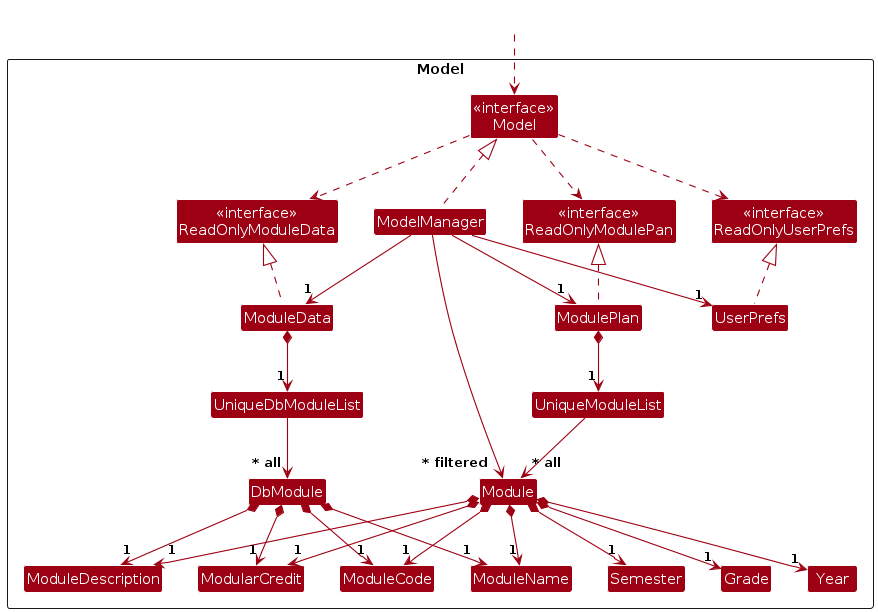
Above: diagrams/ModelClassDiagram.png in AY2324S1-CS2103T-T13-0/tp (PlantUML), before the change. Its source is kept beside it as diagrams/ModelClassDiagram.puml.
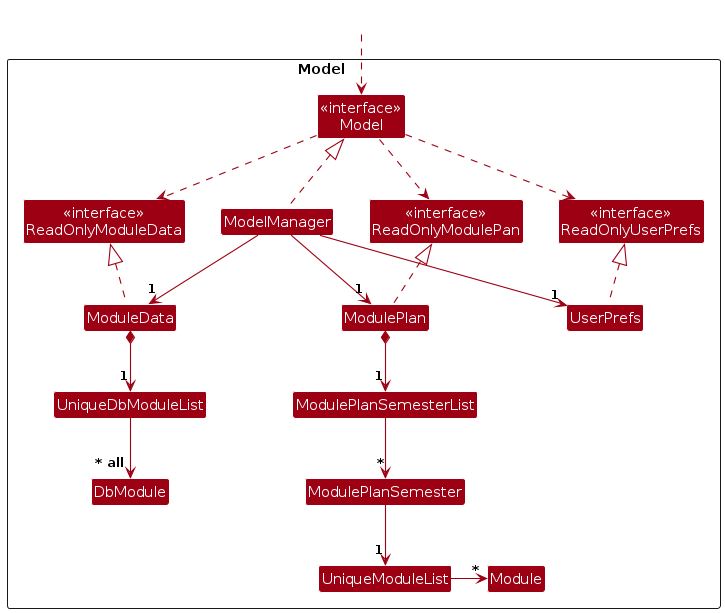
The same file after the commit.

Diff of the diagram source:
```diff
@@ -4,31 +4,26 @@
 skinparam arrowColor MODEL_COLOR
 skinparam classBackgroundColor MODEL_COLOR
 
-Package Model as ModelPackage <<Rectangle>>{
+Package "Model                 " as ModelPackage <<Rectangle>>{
+Class "<<interface>>\nModel" as Model
+Class ModelManager
+
+Class "<<interface>>\nReadOnlyUserPrefs" as ReadOnlyUserPrefs
+Class ReadOnlyUserPrefs
+Class UserPrefs
+
 Class "<<interface>>\nReadOnlyModulePan" as ReadOnlyModulePlan
-Class "<<interface>>\nReadOnlyUserPrefs" as ReadOnlyUserPrefs
+Class ReadOnlyModulePlan
+Class ModulePlan
+Class ModulePlanSemesterList
+Class ModulePlanSemester
+Class UniqueModuleList
+Class Module
+
 Class "<<interface>>\nReadOnlyModuleData" as ReadOnlyModuleData
-Class "<<interface>>\nModel" as Model
-Class ModulePlan
-Class ModelManager
-Class UserPrefs
 Class ModuleData
-Class ReadOnlyModulePlan
-Class ReadOnlyUserPrefs
-
-Class UniqueModuleList
 Class UniqueDbModuleList
-Class Module
 Class DbModule
-Class ModuleDescription
-Class ModularCredit
-Class Grade
-Class ModuleCode
-Class ModuleName
-Class Year
-Class Semester
-
-Class I #FFFFFF
 }
 
 Class HiddenOutside #FFFFFF
@@ -37,42 +32,23 @@
 ModulePlan .up.|> ReadOnlyModulePlan
 
 ModelManager .up.|> Model
-Model .down.> ReadOnlyUserPrefs
-Model .down.> ReadOnlyModulePlan
-Model .down.> ReadOnlyModuleData
-ModelManager -down-> "1" ModulePlan
-ModelManager -down-> "1" UserPrefs
-ModelManager -down-> "1" ModuleData
+Model ..> ReadOnlyUserPrefs
+Model ..> ReadOnlyModulePlan
+Model ..> ReadOnlyModuleData
+ModelManager --> "1" ModulePlan
+ModelManager --> "1" UserPrefs
+ModelManager --> "1" ModuleData
 ModuleData .up.|> ReadOnlyModuleData
 UserPrefs .up.|> ReadOnlyUserPrefs
 
-ModulePlan *--> "1" UniqueModuleList
+ModulePlan *--> "1" ModulePlanSemesterList
+ModulePlanSemesterList --> "~*" ModulePlanSemester
+ModulePlanSemester --> "1" UniqueModuleList
 ModuleData *--> "1" UniqueDbModuleList
 UniqueDbModuleList --> "~* all" DbModule
-UniqueModuleList --> "~* all" Module
+UniqueModuleList -> "~*" Module
 
-Module *--> "1" ModuleCode
-Module *--> "1" ModuleName
-Module *--> "1" ModularCredit
-Module *--> "1" Grade
-Module *--> "1" ModuleDescription
-Module *--> "1" Year
-Module *--> "1" Semester
-
-DbModule *--> "1" ModuleCode
-DbModule *--> "1" ModuleName
-DbModule *--> "1" ModularCredit
-DbModule *--> "1" ModuleDescription
-
-Module -[hidden]up--> I
-
-ReadOnlyModuleData -[hidden]right--> ReadOnlyModulePlan
-ReadOnlyModulePlan -[hidden]right--> ModelManager
-ModelManager -[hidden]right--> ReadOnlyUserPrefs
-
-ModuleCode -[hidden]right-> ModuleName
-ModuleName -[hidden]right-> ModuleDescription
-ModuleDescription -[hidden]right-> ModularCredit
-
-ModelManager --> "~* filtered" Module
+ReadOnlyModuleData -[hidden]right--> ModelManager
+ModelManager -[hidden]right--> ReadOnlyModulePlan
+ReadOnlyModulePlan -[hidden]right--> ReadOnlyUserPrefs
 @enduml
```
